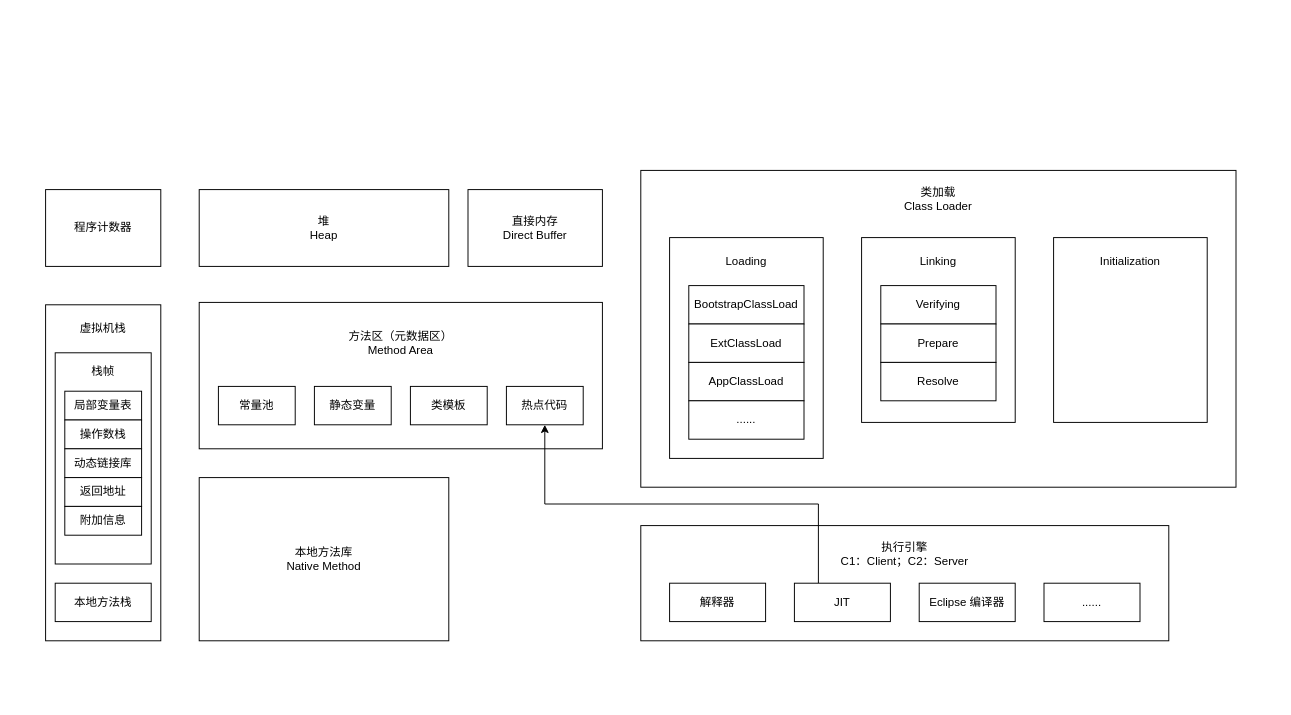
thebesteric/draw.io keeps this draw.io diagram as jvm/JVM.drawio. Above is the earlier version. Source tidied: cells renumbered, new cells numbered last; positions are measured from the earlier drawing's top-left corner, leaving out a move shared by most shapes. Both pictures are drawn from the tidied source at 96%, with x=0, y=0 at pixel (45, 170).
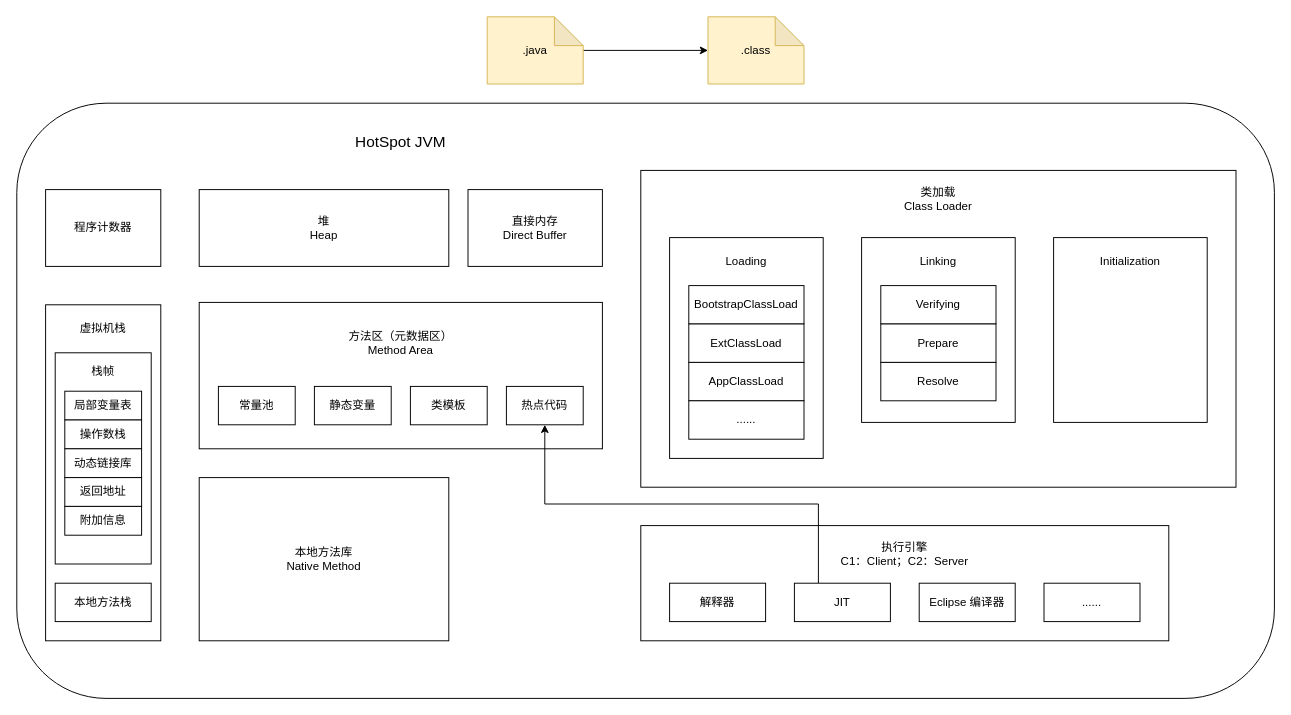
The same page after the edit.

Change to the diagram source:
```diff
@@
+    <mxCell id="44" style="rounded=1;whiteSpace=wrap;html=1;" parent="1" vertex="1">
+      <mxGeometry x="-30" y="-70" width="1310" height="620" as="geometry" />
+    </mxCell>
@@
+    <mxCell id="45" style="edgeStyle=orthogonalEdgeStyle;rounded=0;jettySize=auto;html=1;" parent="1" edge="1" source="46" target="47">
+      <mxGeometry relative="1" as="geometry" />
+    </mxCell>
+    <mxCell id="46" value=".java" style="shape=note;whiteSpace=wrap;html=1;backgroundOutline=1;darkOpacity=0.05;fillColor=#fff2cc;strokeColor=#d6b656;" parent="1" vertex="1">
+      <mxGeometry x="460" y="-160" width="100" height="70" as="geometry" />
+    </mxCell>
+    <mxCell id="47" value=".class" style="shape=note;whiteSpace=wrap;html=1;backgroundOutline=1;darkOpacity=0.05;fillColor=#fff2cc;strokeColor=#d6b656;" parent="1" vertex="1">
+      <mxGeometry x="690" y="-160" width="100" height="70" as="geometry" />
+    </mxCell>
+    <mxCell id="48" value="HotSpot JVM" style="text;html=1;strokeColor=none;fillColor=none;align=center;verticalAlign=middle;whiteSpace=wrap;rounded=0;fontSize=16;" parent="1" vertex="1">
+      <mxGeometry x="295" y="-50" width="150" height="40" as="geometry" />
+    </mxCell>
```
